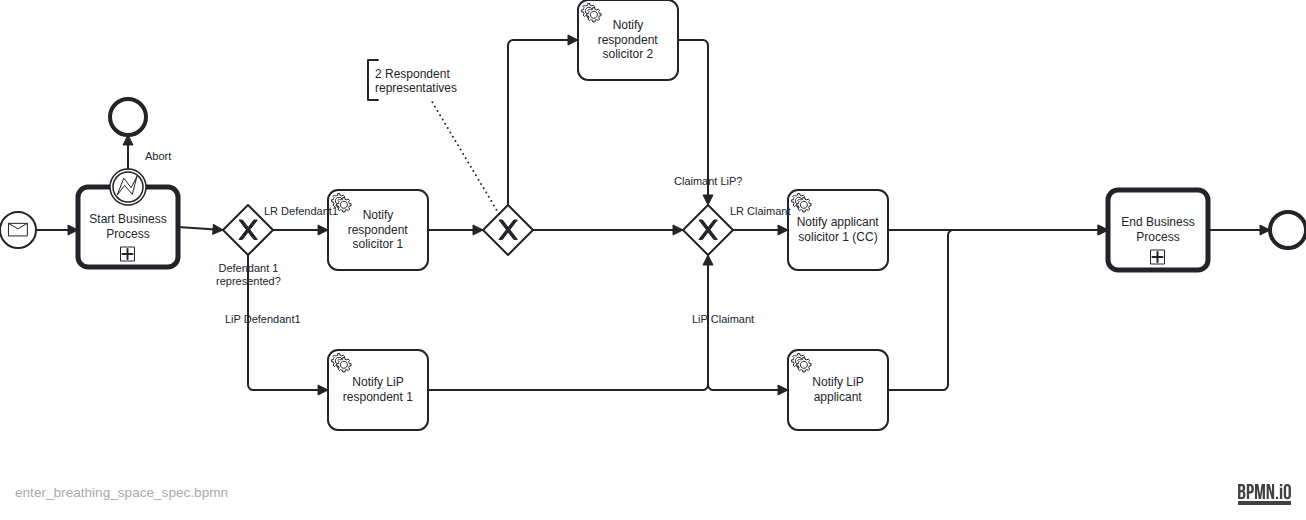
Before: docs/bpmn-diagrams/enter_breathing_space_spec.png, a diagram exported from BPMN (hmcts/civil-service). Its source is kept beside it as src/main/resources/camunda/enter_breathing_space_spec.bpmn. Ids are renumbered.
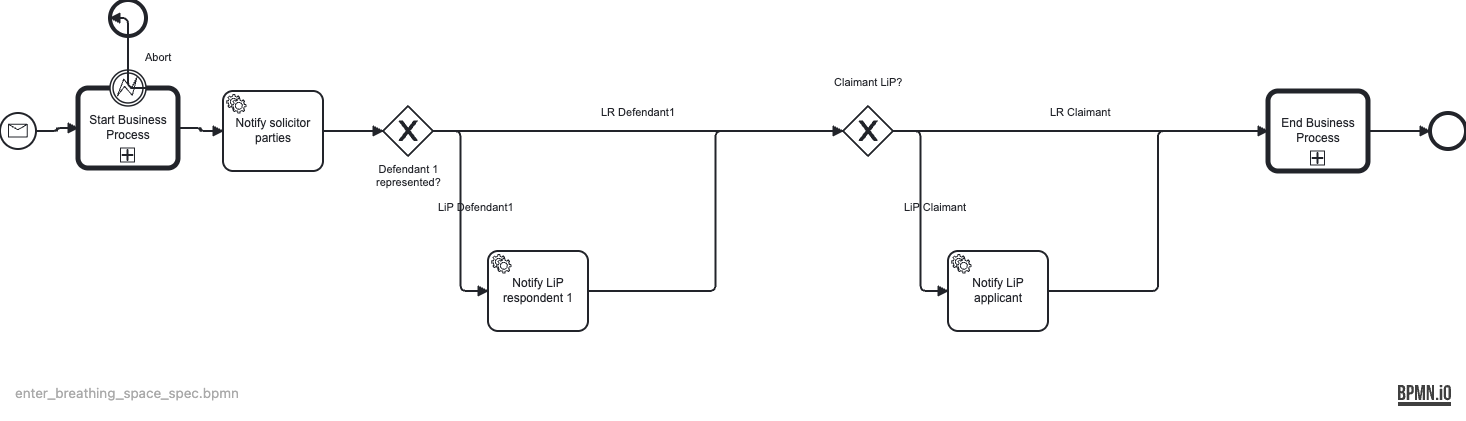
The same file after the commit.

Diff of the diagram source:
```diff
@@ -1,5 +1,15 @@
 <bpmn:definitions xmlns:bpmn="http://www.omg.org/spec/BPMN/20100524/MODEL" xmlns:bpmndi="http://www.omg.org/spec/BPMN/20100524/DI" xmlns:dc="http://www.omg.org/spec/DD/20100524/DC" xmlns:camunda="http://camunda.org/schema/1.0/bpmn" xmlns:di="http://www.omg.org/spec/DD/20100524/DI" xmlns:xsi="http://www.w3.org/2001/XMLSchema-instance" id="Definitions_n1" targetNamespace="http://bpmn.io/schema/bpmn" exporter="Camunda Modeler" exporterVersion="5.48.0">
   <bpmn:process id="ENTER_BREATHING_SPACE_SPEC" name="Enter breathing space process spec" isExecutable="true" camunda:historyTimeToLive="P90D">
+    <bpmn:serviceTask id="BreathingSpaceEnterNotifyParties" name="Notify solicitor parties" camunda:type="external" camunda:topic="processCaseEvent">
+      <bpmn:extensionElements>
+        <camunda:inputOutput>
+          <camunda:inputParameter name="caseEvent">NOTIFY_EVENT</camunda:inputParameter>
+        </camunda:inputOutput>
+      </bpmn:extensionElements>
+      <bpmn:incoming>Flow_n10</bpmn:incoming>
+      <bpmn:outgoing>Flow_Enter_Framework</bpmn:outgoing>
+    </bpmn:serviceTask>
+    <bpmn:sequenceFlow id="Flow_Enter_Framework" sourceRef="BreathingSpaceEnterNotifyParties" targetRef="Gateway_Defendant1" />
     <bpmn:startEvent id="StartEvent_1">
       <bpmn:outgoing>Flow_n2</bpmn:outgoing>
       <bpmn:messageEventDefinition id="MessageEventDefinition_n3" messageRef="Message_n4" />
@@ -12,7 +22,7 @@
       <bpmn:extensionElements>
         <camunda:in variables="all" />
       </bpmn:extensionElements>
-      <bpmn:incoming>Flow_n8</bpmn:incoming>
+      <bpmn:incoming>Flow_Claimant_Lr</bpmn:incoming>
       <bpmn:incoming>Flow_LipApplicant_ToRpa</bpmn:incoming>
       <bpmn:outgoing>Flow_n6</bpmn:outgoing>
     </bpmn:callActivity>
@@ -33,17 +43,17 @@
     </bpmn:boundaryEvent>
     <bpmn:sequenceFlow id="Flow_n12" sourceRef="Event_n13" targetRef="Event_n11" />
     <bpmn:sequenceFlow id="Flow_n2" sourceRef="StartEvent_1" targetRef="Activity_n9" />
-    <bpmn:sequenceFlow id="Flow_n10" sourceRef="Activity_n9" targetRef="Gateway_Defendant1" />
+    <bpmn:sequenceFlow id="Flow_n10" sourceRef="Activity_n9" targetRef="BreathingSpaceEnterNotifyParties" />
 
     <bpmn:exclusiveGateway id="Gateway_Defendant1" name="Defendant 1 represented?">
-      <bpmn:incoming>Flow_n10</bpmn:incoming>
+      <bpmn:incoming>Flow_Enter_Framework</bpmn:incoming>
       <bpmn:outgoing>Flow_Def1_Lip</bpmn:outgoing>
       <bpmn:outgoing>Flow_Def1_Lr</bpmn:outgoing>
     </bpmn:exclusiveGateway>
     <bpmn:sequenceFlow id="Flow_Def1_Lip" name="LiP Defendant1" sourceRef="Gateway_Defendant1" targetRef="BreathingSpaceEnterNotifyLipRespondent1">
       <bpmn:conditionExpression xsi:type="bpmn:tFormalExpression">${!empty flowFlags.UNREPRESENTED_DEFENDANT_ONE &amp;&amp; flowFlags.UNREPRESENTED_DEFENDANT_ONE}</bpmn:conditionExpression>
     </bpmn:sequenceFlow>
-    <bpmn:sequenceFlow id="Flow_Def1_Lr" name="LR Defendant1" sourceRef="Gateway_Defendant1" targetRef="BreathingSpaceEnterNotifyRespondentSolicitor1">
+    <bpmn:sequenceFlow id="Flow_Def1_Lr" name="LR Defendant1" sourceRef="Gateway_Defendant1" targetRef="Gateway_Claimant">
       <bpmn:conditionExpression xsi:type="bpmn:tFormalExpression">${empty flowFlags.UNREPRESENTED_DEFENDANT_ONE || (!empty flowFlags.UNREPRESENTED_DEFENDANT_ONE &amp;&amp; !flowFlags.UNREPRESENTED_DEFENDANT_ONE)}</bpmn:conditionExpression>
     </bpmn:sequenceFlow>
 
@@ -58,50 +68,16 @@
     </bpmn:serviceTask>
     <bpmn:sequenceFlow id="Flow_LipDef1_ToClaimant" sourceRef="BreathingSpaceEnterNotifyLipRespondent1" targetRef="Gateway_Claimant" />
 
-    <bpmn:serviceTask id="BreathingSpaceEnterNotifyRespondentSolicitor1" name="Notify respondent solicitor 1" camunda:type="external" camunda:topic="processCaseEvent">
-      <bpmn:extensionElements>
-        <camunda:inputOutput>
-          <camunda:inputParameter name="caseEvent">NOTIFY_RESPONDENT_SOLICITOR1_BREATHING_SPACE_ENTER</camunda:inputParameter>
-        </camunda:inputOutput>
-      </bpmn:extensionElements>
+    <bpmn:exclusiveGateway id="Gateway_Claimant" name="Claimant LiP?">
       <bpmn:incoming>Flow_Def1_Lr</bpmn:incoming>
-      <bpmn:outgoing>Flow_n15</bpmn:outgoing>
-    </bpmn:serviceTask>
-    <bpmn:sequenceFlow id="Flow_n15" sourceRef="BreathingSpaceEnterNotifyRespondentSolicitor1" targetRef="Gateway_n16" />
-
-    <bpmn:exclusiveGateway id="Gateway_n16">
-      <bpmn:incoming>Flow_n15</bpmn:incoming>
-      <bpmn:outgoing>Flow_n17</bpmn:outgoing>
-      <bpmn:outgoing>Flow_n18</bpmn:outgoing>
-    </bpmn:exclusiveGateway>
-    <bpmn:sequenceFlow id="Flow_n17" sourceRef="Gateway_n16" targetRef="Gateway_Claimant">
-      <bpmn:conditionExpression xsi:type="bpmn:tFormalExpression">${!empty flowFlags.ONE_RESPONDENT_REPRESENTATIVE &amp;&amp; flowFlags.ONE_RESPONDENT_REPRESENTATIVE}</bpmn:conditionExpression>
-    </bpmn:sequenceFlow>
-    <bpmn:serviceTask id="BreathingSpaceEnterNotifyRespondentSolicitor2" name="Notify respondent solicitor 2" camunda:type="external" camunda:topic="processCaseEvent">
-      <bpmn:extensionElements>
-        <camunda:inputOutput>
-          <camunda:inputParameter name="caseEvent">NOTIFY_RESPONDENT_SOLICITOR2_BREATHING_SPACE_ENTER</camunda:inputParameter>
-        </camunda:inputOutput>
-      </bpmn:extensionElements>
-      <bpmn:incoming>Flow_n18</bpmn:incoming>
-      <bpmn:outgoing>Flow_n19</bpmn:outgoing>
-    </bpmn:serviceTask>
-    <bpmn:sequenceFlow id="Flow_n18" sourceRef="Gateway_n16" targetRef="BreathingSpaceEnterNotifyRespondentSolicitor2">
-      <bpmn:conditionExpression xsi:type="bpmn:tFormalExpression">${!empty flowFlags.TWO_RESPONDENT_REPRESENTATIVES &amp;&amp; flowFlags.TWO_RESPONDENT_REPRESENTATIVES}</bpmn:conditionExpression>
-    </bpmn:sequenceFlow>
-    <bpmn:sequenceFlow id="Flow_n19" sourceRef="BreathingSpaceEnterNotifyRespondentSolicitor2" targetRef="Gateway_Claimant" />
-
-    <bpmn:exclusiveGateway id="Gateway_Claimant" name="Claimant LiP?">
       <bpmn:incoming>Flow_LipDef1_ToClaimant</bpmn:incoming>
-      <bpmn:incoming>Flow_n17</bpmn:incoming>
-      <bpmn:incoming>Flow_n19</bpmn:incoming>
       <bpmn:outgoing>Flow_Claimant_Lip</bpmn:outgoing>
       <bpmn:outgoing>Flow_Claimant_Lr</bpmn:outgoing>
     </bpmn:exclusiveGateway>
     <bpmn:sequenceFlow id="Flow_Claimant_Lip" name="LiP Claimant" sourceRef="Gateway_Claimant" targetRef="BreathingSpaceEnterNotifyLipApplicant">
       <bpmn:conditionExpression xsi:type="bpmn:tFormalExpression">${!empty flowFlags.LIP_CASE &amp;&amp; flowFlags.LIP_CASE}</bpmn:conditionExpression>
     </bpmn:sequenceFlow>
-    <bpmn:sequenceFlow id="Flow_Claimant_Lr" name="LR Claimant" sourceRef="Gateway_Claimant" targetRef="BreathingSpaceEnterNotifyApplicantSolicitor1">
+    <bpmn:sequenceFlow id="Flow_Claimant_Lr" name="LR Claimant" sourceRef="Gateway_Claimant" targetRef="Activity_n7">
       <bpmn:conditionExpression xsi:type="bpmn:tFormalExpression">${empty flowFlags.LIP_CASE || (!empty flowFlags.LIP_CASE &amp;&amp; !flowFlags.LIP_CASE)}</bpmn:conditionExpression>
     </bpmn:sequenceFlow>
 
@@ -116,21 +92,6 @@
     </bpmn:serviceTask>
     <bpmn:sequenceFlow id="Flow_LipApplicant_ToRpa" sourceRef="BreathingSpaceEnterNotifyLipApplicant" targetRef="Activity_n7" />
 
-    <bpmn:serviceTask id="BreathingSpaceEnterNotifyApplicantSolicitor1" name="Notify applicant solicitor 1 (CC)" camunda:type="external" camunda:topic="processCaseEvent">
-      <bpmn:extensionElements>
-        <camunda:inputOutput>
-          <camunda:inputParameter name="caseEvent">NOTIFY_APPLICANT_SOLICITOR1_BREATHING_SPACE_ENTER</camunda:inputParameter>
-        </camunda:inputOutput>
-      </bpmn:extensionElements>
-      <bpmn:incoming>Flow_Claimant_Lr</bpmn:incoming>
-      <bpmn:outgoing>Flow_n8</bpmn:outgoing>
-    </bpmn:serviceTask>
-    <bpmn:sequenceFlow id="Flow_n8" sourceRef="BreathingSpaceEnterNotifyApplicantSolicitor1" targetRef="Activity_n7" />
-
-    <bpmn:textAnnotation id="TextAnnotation_n20">
-      <bpmn:text>2 Respondent representatives</bpmn:text>
-    </bpmn:textAnnotation>
-    <bpmn:association id="Association_n21" sourceRef="Gateway_n16" targetRef="TextAnnotation_n20" />
   </bpmn:process>
   <bpmn:message id="Message_n4" name="ENTER_BREATHING_SPACE_SPEC" />
   <bpmn:error id="Error_n22" name="StartBusinessAbort" errorCode="ABORT" />
@@ -152,114 +113,89 @@
         </bpmndi:BPMNLabel>
       </bpmndi:BPMNShape>
       <bpmndi:BPMNShape id="Gateway_Defendant1_di" bpmnElement="Gateway_Defendant1" isMarkerVisible="true">
-        <dc:Bounds x="375" y="285" width="50" height="50" />
+        <dc:Bounds x="535" y="285" width="50" height="50" />
         <bpmndi:BPMNLabel>
-          <dc:Bounds x="358" y="342" width="85" height="27" />
+          <dc:Bounds x="518" y="342" width="85" height="27" />
         </bpmndi:BPMNLabel>
       </bpmndi:BPMNShape>
-      <bpmndi:BPMNShape id="Activity_1up0lu9_di" bpmnElement="BreathingSpaceEnterNotifyRespondentSolicitor1">
-        <dc:Bounds x="480" y="270" width="100" height="80" />
-      </bpmndi:BPMNShape>
       <bpmndi:BPMNShape id="Activity_LipDef1_di" bpmnElement="BreathingSpaceEnterNotifyLipRespondent1">
-        <dc:Bounds x="480" y="430" width="100" height="80" />
-      </bpmndi:BPMNShape>
-      <bpmndi:BPMNShape id="Gateway_n16_di" bpmnElement="Gateway_n16" isMarkerVisible="true">
-        <dc:Bounds x="635" y="285" width="50" height="50" />
-      </bpmndi:BPMNShape>
-      <bpmndi:BPMNShape id="Activity_0z32kt8_di" bpmnElement="BreathingSpaceEnterNotifyRespondentSolicitor2">
-        <dc:Bounds x="730" y="80" width="100" height="80" />
+        <dc:Bounds x="640" y="430" width="100" height="80" />
       </bpmndi:BPMNShape>
       <bpmndi:BPMNShape id="Gateway_Claimant_di" bpmnElement="Gateway_Claimant" isMarkerVisible="true">
-        <dc:Bounds x="835" y="285" width="50" height="50" />
+        <dc:Bounds x="995" y="285" width="50" height="50" />
         <bpmndi:BPMNLabel>
-          <dc:Bounds x="826" y="255" width="69" height="14" />
+          <dc:Bounds x="986" y="255" width="69" height="14" />
         </bpmndi:BPMNLabel>
       </bpmndi:BPMNShape>
-      <bpmndi:BPMNShape id="Activity_0f90qs7_di" bpmnElement="BreathingSpaceEnterNotifyApplicantSolicitor1">
-        <dc:Bounds x="940" y="270" width="100" height="80" />
-      </bpmndi:BPMNShape>
       <bpmndi:BPMNShape id="Activity_LipApplicant_di" bpmnElement="BreathingSpaceEnterNotifyLipApplicant">
-        <dc:Bounds x="940" y="430" width="100" height="80" />
+        <dc:Bounds x="1100" y="430" width="100" height="80" />
       </bpmndi:BPMNShape>
       <bpmndi:BPMNShape id="Activity_14sbez9_di" bpmnElement="Activity_n7">
-        <dc:Bounds x="1260" y="270" width="100" height="80" />
+        <dc:Bounds x="1420" y="270" width="100" height="80" />
       </bpmndi:BPMNShape>
       <bpmndi:BPMNShape id="Event_n5_di" bpmnElement="Event_n5">
-        <dc:Bounds x="1422" y="292" width="36" height="36" />
-      </bpmndi:BPMNShape>
-      <bpmndi:BPMNShape id="TextAnnotation_n20_di" bpmnElement="TextAnnotation_n20">
-        <dc:Bounds x="520" y="140" width="100" height="40" />
+        <dc:Bounds x="1582" y="292" width="36" height="36" />
       </bpmndi:BPMNShape>
       <bpmndi:BPMNEdge id="Flow_n2_di" bpmnElement="Flow_n2">
         <di:waypoint x="188" y="310" />
-        <di:waypoint x="230" y="310" />
+        <di:waypoint x="209" y="310" />
+        <di:waypoint x="209" y="307" />
+        <di:waypoint x="230" y="307" />
       </bpmndi:BPMNEdge>
       <bpmndi:BPMNEdge id="Flow_n12_di" bpmnElement="Flow_n12">
-        <di:waypoint x="280" y="249" />
-        <di:waypoint x="280" y="215" />
+        <di:waypoint x="298" y="267" />
+        <di:waypoint x="280" y="267" />
+        <di:waypoint x="280" y="197" />
+        <di:waypoint x="262" y="197" />
       </bpmndi:BPMNEdge>
       <bpmndi:BPMNEdge id="Flow_n10_di" bpmnElement="Flow_n10">
         <di:waypoint x="330" y="307" />
+        <di:waypoint x="352.5" y="307" />
+        <di:waypoint x="352.5" y="310" />
         <di:waypoint x="375" y="310" />
       </bpmndi:BPMNEdge>
       <bpmndi:BPMNEdge id="Flow_Def1_Lr_di" bpmnElement="Flow_Def1_Lr">
-        <di:waypoint x="425" y="310" />
-        <di:waypoint x="480" y="310" />
+        <di:waypoint x="585" y="310" />
+        <di:waypoint x="995" y="310" />
       </bpmndi:BPMNEdge>
       <bpmndi:BPMNEdge id="Flow_Def1_Lip_di" bpmnElement="Flow_Def1_Lip">
-        <di:waypoint x="400" y="335" />
-        <di:waypoint x="400" y="470" />
-        <di:waypoint x="480" y="470" />
-      </bpmndi:BPMNEdge>
-      <bpmndi:BPMNEdge id="Flow_n15_di" bpmnElement="Flow_n15">
-        <di:waypoint x="580" y="310" />
-        <di:waypoint x="635" y="310" />
+        <di:waypoint x="585" y="310" />
+        <di:waypoint x="612.5" y="310" />
+        <di:waypoint x="612.5" y="470" />
+        <di:waypoint x="640" y="470" />
       </bpmndi:BPMNEdge>
       <bpmndi:BPMNEdge id="Flow_LipDef1_ToClaimant_di" bpmnElement="Flow_LipDef1_ToClaimant">
-        <di:waypoint x="580" y="470" />
-        <di:waypoint x="860" y="470" />
-        <di:waypoint x="860" y="335" />
-      </bpmndi:BPMNEdge>
-      <bpmndi:BPMNEdge id="Flow_n17_di" bpmnElement="Flow_n17">
-        <di:waypoint x="685" y="310" />
-        <di:waypoint x="835" y="310" />
-      </bpmndi:BPMNEdge>
-      <bpmndi:BPMNEdge id="Flow_n18_di" bpmnElement="Flow_n18">
-        <di:waypoint x="660" y="285" />
-        <di:waypoint x="660" y="120" />
-        <di:waypoint x="730" y="120" />
-      </bpmndi:BPMNEdge>
-      <bpmndi:BPMNEdge id="Flow_n19_di" bpmnElement="Flow_n19">
-        <di:waypoint x="830" y="120" />
-        <di:waypoint x="860" y="120" />
-        <di:waypoint x="860" y="285" />
+        <di:waypoint x="740" y="470" />
+        <di:waypoint x="867.5" y="470" />
+        <di:waypoint x="867.5" y="310" />
+        <di:waypoint x="995" y="310" />
       </bpmndi:BPMNEdge>
       <bpmndi:BPMNEdge id="Flow_Claimant_Lr_di" bpmnElement="Flow_Claimant_Lr">
-        <di:waypoint x="885" y="310" />
-        <di:waypoint x="940" y="310" />
+        <di:waypoint x="1045" y="310" />
+        <di:waypoint x="1420" y="310" />
       </bpmndi:BPMNEdge>
       <bpmndi:BPMNEdge id="Flow_Claimant_Lip_di" bpmnElement="Flow_Claimant_Lip">
-        <di:waypoint x="860" y="335" />
-        <di:waypoint x="860" y="470" />
-        <di:waypoint x="940" y="470" />
-      </bpmndi:BPMNEdge>
-      <bpmndi:BPMNEdge id="Flow_n8_di" bpmnElement="Flow_n8">
-        <di:waypoint x="1040" y="310" />
-        <di:waypoint x="1260" y="310" />
+        <di:waypoint x="1045" y="310" />
+        <di:waypoint x="1072.5" y="310" />
+        <di:waypoint x="1072.5" y="470" />
+        <di:waypoint x="1100" y="470" />
       </bpmndi:BPMNEdge>
       <bpmndi:BPMNEdge id="Flow_LipApplicant_ToRpa_di" bpmnElement="Flow_LipApplicant_ToRpa">
-        <di:waypoint x="1040" y="470" />
-        <di:waypoint x="1100" y="470" />
-        <di:waypoint x="1100" y="310" />
-        <di:waypoint x="1260" y="310" />
+        <di:waypoint x="1200" y="470" />
+        <di:waypoint x="1310" y="470" />
+        <di:waypoint x="1310" y="310" />
+        <di:waypoint x="1420" y="310" />
       </bpmndi:BPMNEdge>
       <bpmndi:BPMNEdge id="Flow_n6_di" bpmnElement="Flow_n6">
-        <di:waypoint x="1360" y="310" />
-        <di:waypoint x="1422" y="310" />
+        <di:waypoint x="1520" y="310" />
+        <di:waypoint x="1582" y="310" />
       </bpmndi:BPMNEdge>
-      <bpmndi:BPMNEdge id="Association_n21_di" bpmnElement="Association_n21">
-        <di:waypoint x="651" y="294" />
-        <di:waypoint x="583" y="180" />
+      <bpmndi:BPMNShape id="BreathingSpaceEnterNotifyParties_di" bpmnElement="BreathingSpaceEnterNotifyParties">
+        <dc:Bounds x="375" y="270" width="100" height="80" />
+      </bpmndi:BPMNShape>
+      <bpmndi:BPMNEdge id="Flow_Enter_Framework_di" bpmnElement="Flow_Enter_Framework">
+        <di:waypoint x="475" y="310" />
+        <di:waypoint x="535" y="310" />
       </bpmndi:BPMNEdge>
     </bpmndi:BPMNPlane>
   </bpmndi:BPMNDiagram>
```
